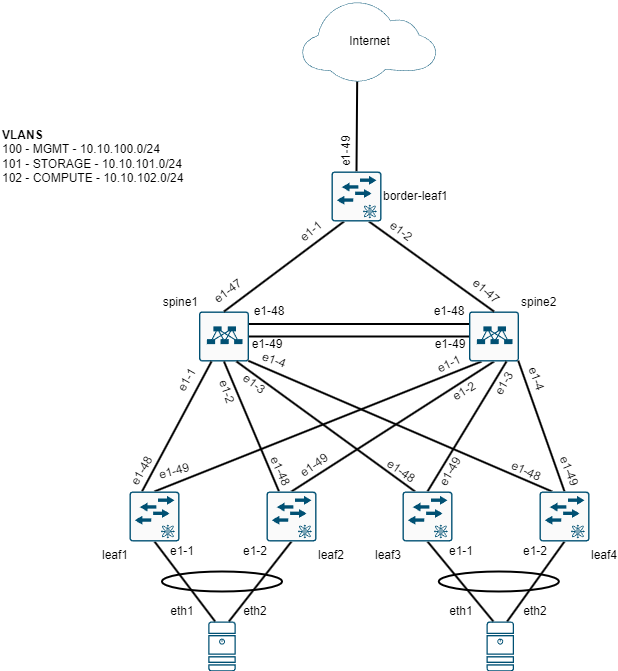
This is images/phys_topology.png from Tommy-Lightning/containerlab, a draw.io export, as it was before one commit. Source tidied: cells renumbered, new cells last; positions are measured from the earlier drawing's top-left corner, leaving out a move shared by most shapes. Its diagram source:
```xml
<mxGraphModel>
  <root>
    <mxCell id="0" />
    <mxCell id="1" parent="0" />
    <mxCell id="2" style="edgeStyle=orthogonalEdgeStyle;rounded=0;jettySize=auto;html=1;exitX=1;exitY=0.25;exitDx=0;exitDy=0;exitPerimeter=0;entryX=0;entryY=0.25;entryDx=0;entryDy=0;entryPerimeter=0;strokeWidth=2;endArrow=none;endFill=0;" parent="1" edge="1" source="4" target="13">
      <mxGeometry relative="1" as="geometry" />
    </mxCell>
    <mxCell id="3" style="edgeStyle=orthogonalEdgeStyle;rounded=0;jettySize=auto;html=1;exitX=1;exitY=0.5;exitDx=0;exitDy=0;exitPerimeter=0;entryX=0;entryY=0.5;entryDx=0;entryDy=0;entryPerimeter=0;strokeWidth=2;endArrow=none;endFill=0;" parent="1" edge="1" source="4" target="13">
      <mxGeometry relative="1" as="geometry" />
    </mxCell>
    <mxCell id="4" value="spine1" style="sketch=0;points=[[0.015,0.015,0],[0.985,0.015,0],[0.985,0.985,0],[0.015,0.985,0],[0.25,0,0],[0.5,0,0],[0.75,0,0],[1,0.25,0],[1,0.5,0],[1,0.75,0],[0.75,1,0],[0.5,1,0],[0.25,1,0],[0,0.75,0],[0,0.5,0],[0,0.25,0]];verticalLabelPosition=top;html=1;verticalAlign=bottom;align=right;shape=mxgraph.cisco19.rect;prIcon=nexus_9300;fillColor=#FAFAFA;strokeColor=#005073;labelPosition=left;" parent="1" vertex="1">
      <mxGeometry x="198.5" y="310" width="50" height="50" as="geometry" />
    </mxCell>
    <mxCell id="5" style="rounded=0;jettySize=auto;html=1;exitX=0.25;exitY=0;exitDx=0;exitDy=0;exitPerimeter=0;entryX=0.25;entryY=1;entryDx=0;entryDy=0;entryPerimeter=0;endArrow=none;endFill=0;strokeWidth=2;" parent="1" edge="1" source="8" target="4">
      <mxGeometry relative="1" as="geometry" />
    </mxCell>
    <mxCell id="6" style="rounded=0;jettySize=auto;html=1;exitX=0.5;exitY=0;exitDx=0;exitDy=0;exitPerimeter=0;entryX=0.25;entryY=1;entryDx=0;entryDy=0;entryPerimeter=0;endArrow=none;endFill=0;strokeWidth=2;" parent="1" edge="1" source="8" target="13">
      <mxGeometry relative="1" as="geometry" />
    </mxCell>
    <mxCell id="7" style="rounded=0;jettySize=auto;html=1;exitX=0.5;exitY=1;exitDx=0;exitDy=0;exitPerimeter=0;entryX=0.25;entryY=0;entryDx=0;entryDy=0;entryPerimeter=0;strokeWidth=2;endArrow=none;endFill=0;" parent="1" edge="1" source="8" target="22">
      <mxGeometry relative="1" as="geometry" />
    </mxCell>
    <mxCell id="8" value="leaf1" style="sketch=0;points=[[0.015,0.015,0],[0.985,0.015,0],[0.985,0.985,0],[0.015,0.985,0],[0.25,0,0],[0.5,0,0],[0.75,0,0],[1,0.25,0],[1,0.5,0],[1,0.75,0],[0.75,1,0],[0.5,1,0],[0.25,1,0],[0,0.75,0],[0,0.5,0],[0,0.25,0]];verticalLabelPosition=bottom;html=1;verticalAlign=top;align=right;shape=mxgraph.cisco19.rect;prIcon=nexus_5k;fillColor=#FAFAFA;strokeColor=#005073;labelPosition=left;" parent="1" vertex="1">
      <mxGeometry x="129" y="490" width="50" height="50" as="geometry" />
    </mxCell>
    <mxCell id="9" style="rounded=0;jettySize=auto;html=1;exitX=0.25;exitY=0;exitDx=0;exitDy=0;exitPerimeter=0;entryX=0.5;entryY=1;entryDx=0;entryDy=0;entryPerimeter=0;endArrow=none;endFill=0;strokeWidth=2;" parent="1" edge="1" source="12" target="4">
      <mxGeometry relative="1" as="geometry" />
    </mxCell>
    <mxCell id="10" style="rounded=0;jettySize=auto;html=1;exitX=0.5;exitY=0;exitDx=0;exitDy=0;exitPerimeter=0;entryX=0.5;entryY=1;entryDx=0;entryDy=0;entryPerimeter=0;endArrow=none;endFill=0;strokeWidth=2;" parent="1" edge="1" source="12" target="13">
      <mxGeometry relative="1" as="geometry" />
    </mxCell>
    <mxCell id="11" style="rounded=0;jettySize=auto;html=1;exitX=0.5;exitY=1;exitDx=0;exitDy=0;exitPerimeter=0;entryX=0.75;entryY=0;entryDx=0;entryDy=0;entryPerimeter=0;strokeWidth=2;endArrow=none;endFill=0;" parent="1" edge="1" source="12" target="22">
      <mxGeometry relative="1" as="geometry" />
    </mxCell>
    <mxCell id="12" value="leaf2" style="sketch=0;points=[[0.015,0.015,0],[0.985,0.015,0],[0.985,0.985,0],[0.015,0.985,0],[0.25,0,0],[0.5,0,0],[0.75,0,0],[1,0.25,0],[1,0.5,0],[1,0.75,0],[0.75,1,0],[0.5,1,0],[0.25,1,0],[0,0.75,0],[0,0.5,0],[0,0.25,0]];verticalLabelPosition=bottom;html=1;verticalAlign=top;align=left;shape=mxgraph.cisco19.rect;prIcon=nexus_5k;fillColor=#FAFAFA;strokeColor=#005073;labelPosition=right;" parent="1" vertex="1">
      <mxGeometry x="266" y="490" width="50" height="50" as="geometry" />
    </mxCell>
    <mxCell id="13" value="spine2" style="sketch=0;points=[[0.015,0.015,0],[0.985,0.015,0],[0.985,0.985,0],[0.015,0.985,0],[0.25,0,0],[0.5,0,0],[0.75,0,0],[1,0.25,0],[1,0.5,0],[1,0.75,0],[0.75,1,0],[0.5,1,0],[0.25,1,0],[0,0.75,0],[0,0.5,0],[0,0.25,0]];verticalLabelPosition=top;html=1;verticalAlign=bottom;align=left;shape=mxgraph.cisco19.rect;prIcon=nexus_9300;fillColor=#FAFAFA;strokeColor=#005073;labelPosition=right;" parent="1" vertex="1">
      <mxGeometry x="468.5" y="310" width="50" height="50" as="geometry" />
    </mxCell>
    <mxCell id="14" style="rounded=0;jettySize=auto;html=1;exitX=0.25;exitY=0;exitDx=0;exitDy=0;exitPerimeter=0;entryX=0.75;entryY=1;entryDx=0;entryDy=0;entryPerimeter=0;endArrow=none;endFill=0;strokeWidth=2;" parent="1" edge="1" source="17" target="4">
      <mxGeometry relative="1" as="geometry" />
    </mxCell>
    <mxCell id="15" style="rounded=0;jettySize=auto;html=1;exitX=0.5;exitY=0;exitDx=0;exitDy=0;exitPerimeter=0;entryX=0.75;entryY=1;entryDx=0;entryDy=0;entryPerimeter=0;endArrow=none;endFill=0;strokeWidth=2;" parent="1" edge="1" source="17" target="13">
      <mxGeometry relative="1" as="geometry" />
    </mxCell>
    <mxCell id="16" style="rounded=0;jettySize=auto;html=1;exitX=0.5;exitY=1;exitDx=0;exitDy=0;exitPerimeter=0;entryX=0.25;entryY=0;entryDx=0;entryDy=0;entryPerimeter=0;strokeWidth=2;endArrow=none;endFill=0;" parent="1" edge="1" source="17" target="23">
      <mxGeometry relative="1" as="geometry" />
    </mxCell>
    <mxCell id="17" value="leaf3" style="sketch=0;points=[[0.015,0.015,0],[0.985,0.015,0],[0.985,0.985,0],[0.015,0.985,0],[0.25,0,0],[0.5,0,0],[0.75,0,0],[1,0.25,0],[1,0.5,0],[1,0.75,0],[0.75,1,0],[0.5,1,0],[0.25,1,0],[0,0.75,0],[0,0.5,0],[0,0.25,0]];verticalLabelPosition=bottom;html=1;verticalAlign=top;align=right;shape=mxgraph.cisco19.rect;prIcon=nexus_5k;fillColor=#FAFAFA;strokeColor=#005073;labelPosition=left;" parent="1" vertex="1">
      <mxGeometry x="402" y="490" width="50" height="50" as="geometry" />
    </mxCell>
    <mxCell id="18" style="rounded=0;jettySize=auto;html=1;exitX=0.25;exitY=0;exitDx=0;exitDy=0;exitPerimeter=0;entryX=0.985;entryY=0.985;entryDx=0;entryDy=0;entryPerimeter=0;endArrow=none;endFill=0;strokeWidth=2;" parent="1" edge="1" source="21" target="4">
      <mxGeometry relative="1" as="geometry" />
    </mxCell>
    <mxCell id="19" style="rounded=0;jettySize=auto;html=1;exitX=0.5;exitY=0;exitDx=0;exitDy=0;exitPerimeter=0;entryX=0.985;entryY=0.985;entryDx=0;entryDy=0;entryPerimeter=0;endArrow=none;endFill=0;strokeWidth=2;" parent="1" edge="1" source="21" target="13">
      <mxGeometry relative="1" as="geometry" />
    </mxCell>
    <mxCell id="20" style="rounded=0;jettySize=auto;html=1;exitX=0.5;exitY=1;exitDx=0;exitDy=0;exitPerimeter=0;entryX=0.75;entryY=0;entryDx=0;entryDy=0;entryPerimeter=0;strokeWidth=2;endArrow=none;endFill=0;" parent="1" edge="1" source="21" target="23">
      <mxGeometry relative="1" as="geometry" />
    </mxCell>
    <mxCell id="21" value="leaf4" style="sketch=0;points=[[0.015,0.015,0],[0.985,0.015,0],[0.985,0.985,0],[0.015,0.985,0],[0.25,0,0],[0.5,0,0],[0.75,0,0],[1,0.25,0],[1,0.5,0],[1,0.75,0],[0.75,1,0],[0.5,1,0],[0.25,1,0],[0,0.75,0],[0,0.5,0],[0,0.25,0]];verticalLabelPosition=bottom;html=1;verticalAlign=top;align=left;shape=mxgraph.cisco19.rect;prIcon=nexus_5k;fillColor=#FAFAFA;strokeColor=#005073;labelPosition=right;" parent="1" vertex="1">
      <mxGeometry x="539" y="490" width="50" height="50" as="geometry" />
    </mxCell>
    <mxCell id="22" style="sketch=0;points=[[0.015,0.015,0],[0.985,0.015,0],[0.985,0.985,0],[0.015,0.985,0],[0.25,0,0],[0.5,0,0],[0.75,0,0],[1,0.25,0],[1,0.5,0],[1,0.75,0],[0.75,1,0],[0.5,1,0],[0.25,1,0],[0,0.75,0],[0,0.5,0],[0,0.25,0]];verticalLabelPosition=bottom;html=1;verticalAlign=top;align=center;shape=mxgraph.cisco19.server;fillColor=#005073;strokeColor=none;" parent="1" vertex="1">
      <mxGeometry x="207.8" y="620" width="27.5" height="50" as="geometry" />
    </mxCell>
    <mxCell id="23" style="sketch=0;points=[[0.015,0.015,0],[0.985,0.015,0],[0.985,0.985,0],[0.015,0.985,0],[0.25,0,0],[0.5,0,0],[0.75,0,0],[1,0.25,0],[1,0.5,0],[1,0.75,0],[0.75,1,0],[0.5,1,0],[0.25,1,0],[0,0.75,0],[0,0.5,0],[0,0.25,0]];verticalLabelPosition=bottom;html=1;verticalAlign=top;align=center;shape=mxgraph.cisco19.server;fillColor=#005073;strokeColor=none;" parent="1" vertex="1">
      <mxGeometry x="486" y="620" width="27.5" height="50" as="geometry" />
    </mxCell>
    <mxCell id="24" style="rounded=0;jettySize=auto;html=1;exitX=0.25;exitY=1;exitDx=0;exitDy=0;exitPerimeter=0;entryX=0.5;entryY=0;entryDx=0;entryDy=0;entryPerimeter=0;endArrow=none;endFill=0;strokeWidth=2;" parent="1" edge="1" source="27" target="4">
      <mxGeometry relative="1" as="geometry" />
    </mxCell>
    <mxCell id="25" style="rounded=0;jettySize=auto;html=1;exitX=0.75;exitY=1;exitDx=0;exitDy=0;exitPerimeter=0;entryX=0.5;entryY=0;entryDx=0;entryDy=0;entryPerimeter=0;endArrow=none;endFill=0;strokeWidth=2;" parent="1" edge="1" source="27" target="13">
      <mxGeometry relative="1" as="geometry" />
    </mxCell>
    <mxCell id="26" style="rounded=0;jettySize=auto;html=1;exitX=0.5;exitY=0;exitDx=0;exitDy=0;exitPerimeter=0;entryX=0.41;entryY=1;entryDx=0;entryDy=0;entryPerimeter=0;strokeWidth=2;endArrow=none;endFill=0;" parent="1" edge="1" source="27" target="28">
      <mxGeometry relative="1" as="geometry" />
    </mxCell>
    <mxCell id="27" value="border-leaf1" style="sketch=0;points=[[0.015,0.015,0],[0.985,0.015,0],[0.985,0.985,0],[0.015,0.985,0],[0.25,0,0],[0.5,0,0],[0.75,0,0],[1,0.25,0],[1,0.5,0],[1,0.75,0],[0.75,1,0],[0.5,1,0],[0.25,1,0],[0,0.75,0],[0,0.5,0],[0,0.25,0]];verticalLabelPosition=middle;html=1;verticalAlign=middle;align=left;shape=mxgraph.cisco19.rect;prIcon=nexus_5k;fillColor=#FAFAFA;strokeColor=#005073;labelPosition=right;" parent="1" vertex="1">
      <mxGeometry x="331" y="170" width="50" height="50" as="geometry" />
    </mxCell>
    <mxCell id="28" value="Internet" style="points=[[0,0.64,0],[0.2,0.15,0],[0.4,0.01,0],[0.79,0.25,0],[1,0.65,0],[0.8,0.86,0],[0.41,1,0],[0.16,0.86,0]];verticalLabelPosition=middle;sketch=0;html=1;verticalAlign=middle;align=center;shape=mxgraph.cisco19.cloud;fillColor=#186180;strokeColor=default;strokeWidth=2;labelPosition=center;" parent="1" vertex="1">
      <mxGeometry x="302" width="133.3" height="80" as="geometry" />
    </mxCell>
    <mxCell id="29" style="ellipse;whiteSpace=wrap;html=1;strokeWidth=2;fillColor=none;" parent="1" vertex="1">
      <mxGeometry x="161.5" y="570" width="120" height="20" as="geometry" />
    </mxCell>
    <mxCell id="30" style="ellipse;whiteSpace=wrap;html=1;strokeWidth=2;fillColor=none;" parent="1" vertex="1">
      <mxGeometry x="438.3" y="570" width="120" height="20" as="geometry" />
    </mxCell>
    <mxCell id="31" value="&lt;b&gt;VLANS&lt;/b&gt;&lt;br&gt;&lt;div style=&quot;&quot;&gt;&lt;span style=&quot;background-color: initial;&quot;&gt;100 - MGMT - 10.10.100.0/24&lt;/span&gt;&lt;/div&gt;&lt;div style=&quot;&quot;&gt;&lt;span style=&quot;background-color: initial;&quot;&gt;101 - STORAGE - 10.10.101.0/24&lt;/span&gt;&lt;/div&gt;&lt;div style=&quot;&quot;&gt;&lt;span style=&quot;background-color: initial;&quot;&gt;102 - COMPUTE - 10.10.102.0/24&lt;/span&gt;&lt;/div&gt;" style="text;html=1;strokeColor=none;fillColor=none;align=left;verticalAlign=top;whiteSpace=wrap;rounded=0;" parent="1" vertex="1">
      <mxGeometry x="-0.2" y="120" width="210" height="80" as="geometry" />
    </mxCell>
    <mxCell id="32" value="e1-1" style="text;html=1;strokeColor=none;fillColor=none;align=center;verticalAlign=middle;whiteSpace=wrap;rounded=0;" parent="1" vertex="1">
      <mxGeometry x="161.5" y="540" width="40" height="20" as="geometry" />
    </mxCell>
    <mxCell id="33" value="e1-2" style="text;html=1;strokeColor=none;fillColor=none;align=center;verticalAlign=middle;whiteSpace=wrap;rounded=0;" parent="1" vertex="1">
      <mxGeometry x="235.2" y="540" width="40" height="20" as="geometry" />
    </mxCell>
    <mxCell id="34" value="e1-1" style="text;html=1;strokeColor=none;fillColor=none;align=center;verticalAlign=middle;whiteSpace=wrap;rounded=0;" parent="1" vertex="1">
      <mxGeometry x="441.4" y="540" width="40" height="20" as="geometry" />
    </mxCell>
    <mxCell id="35" value="e1-2" style="text;html=1;strokeColor=none;fillColor=none;align=center;verticalAlign=middle;whiteSpace=wrap;rounded=0;" parent="1" vertex="1">
      <mxGeometry x="515.2" y="540" width="40" height="20" as="geometry" />
    </mxCell>
    <mxCell id="36" value="eth1" style="text;html=1;strokeColor=none;fillColor=none;align=center;verticalAlign=middle;whiteSpace=wrap;rounded=0;" parent="1" vertex="1">
      <mxGeometry x="161.5" y="600" width="40" height="20" as="geometry" />
    </mxCell>
    <mxCell id="37" value="eth2" style="text;html=1;strokeColor=none;fillColor=none;align=center;verticalAlign=middle;whiteSpace=wrap;rounded=0;" parent="1" vertex="1">
      <mxGeometry x="235.2" y="600" width="40" height="20" as="geometry" />
    </mxCell>
    <mxCell id="38" value="eth1" style="text;html=1;strokeColor=none;fillColor=none;align=center;verticalAlign=middle;whiteSpace=wrap;rounded=0;" parent="1" vertex="1">
      <mxGeometry x="441.4" y="600" width="40" height="20" as="geometry" />
    </mxCell>
    <mxCell id="39" value="eth2" style="text;html=1;strokeColor=none;fillColor=none;align=center;verticalAlign=middle;whiteSpace=wrap;rounded=0;" parent="1" vertex="1">
      <mxGeometry x="515.2" y="600" width="40" height="20" as="geometry" />
    </mxCell>
    <mxCell id="40" value="e1-48" style="text;html=1;strokeColor=none;fillColor=none;align=center;verticalAlign=middle;whiteSpace=wrap;rounded=0;rotation=-60;" parent="1" vertex="1">
      <mxGeometry x="121.5" y="460" width="40" height="20" as="geometry" />
    </mxCell>
    <mxCell id="41" value="e1-48" style="text;html=1;strokeColor=none;fillColor=none;align=center;verticalAlign=middle;whiteSpace=wrap;rounded=0;rotation=65;" parent="1" vertex="1">
      <mxGeometry x="260" y="460" width="40" height="20" as="geometry" />
    </mxCell>
    <mxCell id="42" value="e1-48" style="text;html=1;strokeColor=none;fillColor=none;align=center;verticalAlign=middle;whiteSpace=wrap;rounded=0;rotation=35;" parent="1" vertex="1">
      <mxGeometry x="381" y="460" width="40" height="20" as="geometry" />
    </mxCell>
    <mxCell id="43" value="e1-48" style="text;html=1;strokeColor=none;fillColor=none;align=center;verticalAlign=middle;whiteSpace=wrap;rounded=0;rotation=25;" parent="1" vertex="1">
      <mxGeometry x="506" y="460" width="40" height="20" as="geometry" />
    </mxCell>
    <mxCell id="44" value="e1-49" style="text;html=1;strokeColor=none;fillColor=none;align=center;verticalAlign=middle;whiteSpace=wrap;rounded=0;rotation=-15;" parent="1" vertex="1">
      <mxGeometry x="154" y="460" width="40" height="20" as="geometry" />
    </mxCell>
    <mxCell id="45" value="e1-49" style="text;html=1;strokeColor=none;fillColor=none;align=center;verticalAlign=middle;whiteSpace=wrap;rounded=0;rotation=-35;" parent="1" vertex="1">
      <mxGeometry x="294" y="454" width="40" height="20" as="geometry" />
    </mxCell>
    <mxCell id="46" value="e1-49" style="text;html=1;strokeColor=none;fillColor=none;align=center;verticalAlign=middle;whiteSpace=wrap;rounded=0;rotation=-60;" parent="1" vertex="1">
      <mxGeometry x="430.3" y="460" width="40" height="20" as="geometry" />
    </mxCell>
    <mxCell id="47" value="e1-49" style="text;html=1;strokeColor=none;fillColor=none;align=center;verticalAlign=middle;whiteSpace=wrap;rounded=0;rotation=68;" parent="1" vertex="1">
      <mxGeometry x="549" y="460" width="40" height="20" as="geometry" />
    </mxCell>
    <mxCell id="48" value="e1-1" style="text;html=1;strokeColor=none;fillColor=none;align=center;verticalAlign=middle;whiteSpace=wrap;rounded=0;rotation=-60;" parent="1" vertex="1">
      <mxGeometry x="166.5" y="369" width="40" height="20" as="geometry" />
    </mxCell>
    <mxCell id="49" value="e1-2" style="text;html=1;strokeColor=none;fillColor=none;align=center;verticalAlign=middle;whiteSpace=wrap;rounded=0;rotation=71;" parent="1" vertex="1">
      <mxGeometry x="206.5" y="380" width="40" height="20" as="geometry" />
    </mxCell>
    <mxCell id="50" value="e1-3&lt;br&gt;" style="text;html=1;strokeColor=none;fillColor=none;align=center;verticalAlign=middle;whiteSpace=wrap;rounded=0;rotation=38;" parent="1" vertex="1">
      <mxGeometry x="234.2" y="373" width="40" height="20" as="geometry" />
    </mxCell>
    <mxCell id="51" value="e1-4" style="text;html=1;strokeColor=none;fillColor=none;align=center;verticalAlign=middle;whiteSpace=wrap;rounded=0;rotation=20;" parent="1" vertex="1">
      <mxGeometry x="254" y="349" width="40" height="20" as="geometry" />
    </mxCell>
    <mxCell id="52" value="e1-1" style="text;html=1;strokeColor=none;fillColor=none;align=center;verticalAlign=middle;whiteSpace=wrap;rounded=0;rotation=-25;" parent="1" vertex="1">
      <mxGeometry x="428.5" y="353" width="40" height="20" as="geometry" />
    </mxCell>
    <mxCell id="53" value="e1-3&lt;br&gt;" style="text;html=1;strokeColor=none;fillColor=none;align=center;verticalAlign=middle;whiteSpace=wrap;rounded=0;rotation=-60;" parent="1" vertex="1">
      <mxGeometry x="484" y="372" width="40" height="20" as="geometry" />
    </mxCell>
    <mxCell id="54" value="e1-4" style="text;html=1;strokeColor=none;fillColor=none;align=center;verticalAlign=middle;whiteSpace=wrap;rounded=0;rotation=70;" parent="1" vertex="1">
      <mxGeometry x="516.3" y="368" width="40" height="20" as="geometry" />
    </mxCell>
    <mxCell id="55" value="e1-2" style="text;html=1;strokeColor=none;fillColor=none;align=center;verticalAlign=middle;whiteSpace=wrap;rounded=0;rotation=-31;" parent="1" vertex="1">
      <mxGeometry x="444" y="380" width="40" height="20" as="geometry" />
    </mxCell>
    <mxCell id="56" value="e1-48" style="text;html=1;strokeColor=none;fillColor=none;align=center;verticalAlign=middle;whiteSpace=wrap;rounded=0;rotation=0;" parent="1" vertex="1">
      <mxGeometry x="248.5" y="300" width="40" height="20" as="geometry" />
    </mxCell>
    <mxCell id="57" value="e1-48" style="text;html=1;strokeColor=none;fillColor=none;align=center;verticalAlign=middle;whiteSpace=wrap;rounded=0;rotation=0;" parent="1" vertex="1">
      <mxGeometry x="428.5" y="300" width="40" height="20" as="geometry" />
    </mxCell>
    <mxCell id="58" value="e1-49" style="text;html=1;strokeColor=none;fillColor=none;align=center;verticalAlign=middle;whiteSpace=wrap;rounded=0;rotation=0;" parent="1" vertex="1">
      <mxGeometry x="246.5" y="333" width="40" height="20" as="geometry" />
    </mxCell>
    <mxCell id="59" value="e1-49" style="text;html=1;strokeColor=none;fillColor=none;align=center;verticalAlign=middle;whiteSpace=wrap;rounded=0;rotation=0;" parent="1" vertex="1">
      <mxGeometry x="430.3" y="333" width="40" height="20" as="geometry" />
    </mxCell>
    <mxCell id="60" value="e1-47" style="text;html=1;strokeColor=none;fillColor=none;align=center;verticalAlign=middle;whiteSpace=wrap;rounded=0;rotation=-37;" parent="1" vertex="1">
      <mxGeometry x="207.8" y="280" width="40" height="20" as="geometry" />
    </mxCell>
    <mxCell id="61" value="e1-47" style="text;html=1;strokeColor=none;fillColor=none;align=center;verticalAlign=middle;whiteSpace=wrap;rounded=0;rotation=40;" parent="1" vertex="1">
      <mxGeometry x="466" y="280" width="40" height="20" as="geometry" />
    </mxCell>
    <mxCell id="62" value="e1-1" style="text;html=1;strokeColor=none;fillColor=none;align=center;verticalAlign=middle;whiteSpace=wrap;rounded=0;rotation=-40;" parent="1" vertex="1">
      <mxGeometry x="291" y="220" width="40" height="20" as="geometry" />
    </mxCell>
    <mxCell id="63" value="e1-2" style="text;html=1;strokeColor=none;fillColor=none;align=center;verticalAlign=middle;whiteSpace=wrap;rounded=0;rotation=37;" parent="1" vertex="1">
      <mxGeometry x="381" y="220" width="40" height="20" as="geometry" />
    </mxCell>
    <mxCell id="64" value="e1-49" style="text;html=1;strokeColor=none;fillColor=none;align=center;verticalAlign=middle;whiteSpace=wrap;rounded=0;rotation=-90;" parent="1" vertex="1">
      <mxGeometry x="326" y="140" width="40" height="20" as="geometry" />
    </mxCell>
  </root>
</mxGraphModel>
```
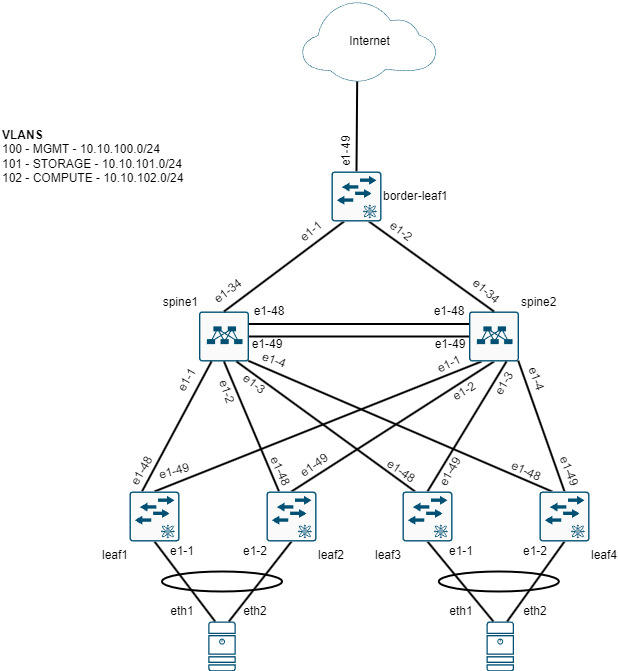
Later version of the same file.

What changed in the source:
```diff
@@ -176,10 +176,10 @@
     <mxCell id="59" value="e1-49" style="text;html=1;strokeColor=none;fillColor=none;align=center;verticalAlign=middle;whiteSpace=wrap;rounded=0;rotation=0;" parent="1" vertex="1">
       <mxGeometry x="430.3" y="333" width="40" height="20" as="geometry" />
     </mxCell>
-    <mxCell id="60" value="e1-47" style="text;html=1;strokeColor=none;fillColor=none;align=center;verticalAlign=middle;whiteSpace=wrap;rounded=0;rotation=-37;" parent="1" vertex="1">
+    <mxCell id="60" value="e1-34" style="text;html=1;strokeColor=none;fillColor=none;align=center;verticalAlign=middle;whiteSpace=wrap;rounded=0;rotation=-37;" parent="1" vertex="1">
       <mxGeometry x="207.8" y="280" width="40" height="20" as="geometry" />
     </mxCell>
-    <mxCell id="61" value="e1-47" style="text;html=1;strokeColor=none;fillColor=none;align=center;verticalAlign=middle;whiteSpace=wrap;rounded=0;rotation=40;" parent="1" vertex="1">
+    <mxCell id="61" value="e1-34" style="text;html=1;strokeColor=none;fillColor=none;align=center;verticalAlign=middle;whiteSpace=wrap;rounded=0;rotation=40;" parent="1" vertex="1">
       <mxGeometry x="466" y="280" width="40" height="20" as="geometry" />
     </mxCell>
     <mxCell id="62" value="e1-1" style="text;html=1;strokeColor=none;fillColor=none;align=center;verticalAlign=middle;whiteSpace=wrap;rounded=0;rotation=-40;" parent="1" vertex="1">
```
